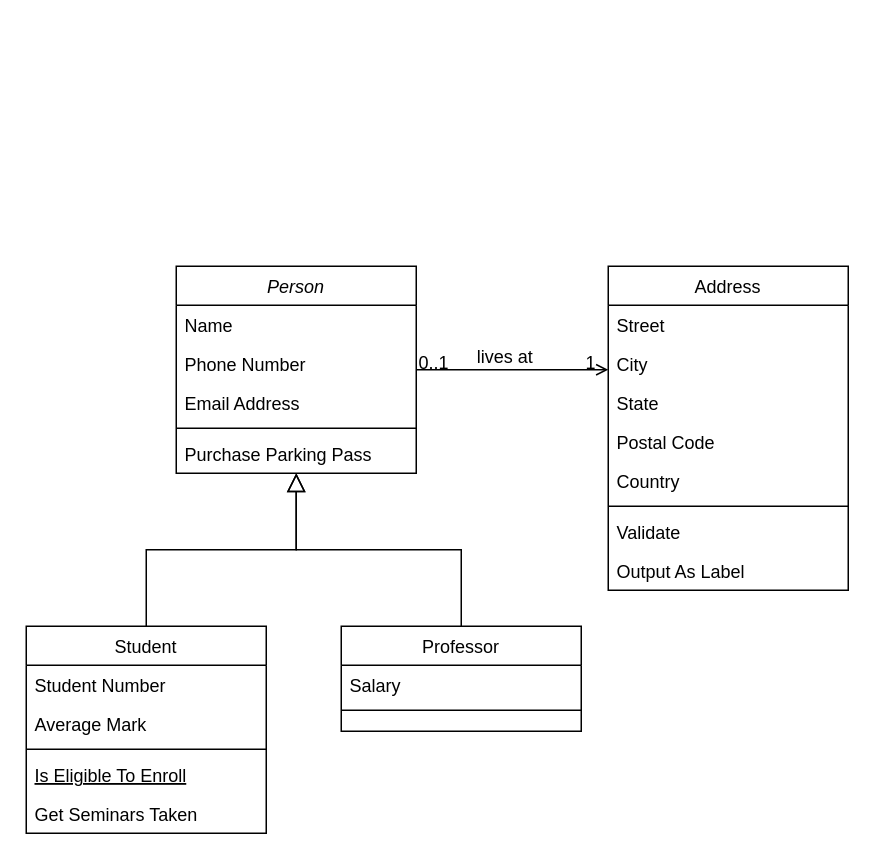
Earlier version of the draw.io diagram KLTN Class Diagram.drawio (dvtson2004/product-preview). Source tidied: cells renumbered, new cells numbered last; positions are measured from the earlier drawing's top-left corner, leaving out a move shared by most shapes. Both pictures are drawn from the tidied source at 150%, with x=0, y=0 at pixel (26, 266).
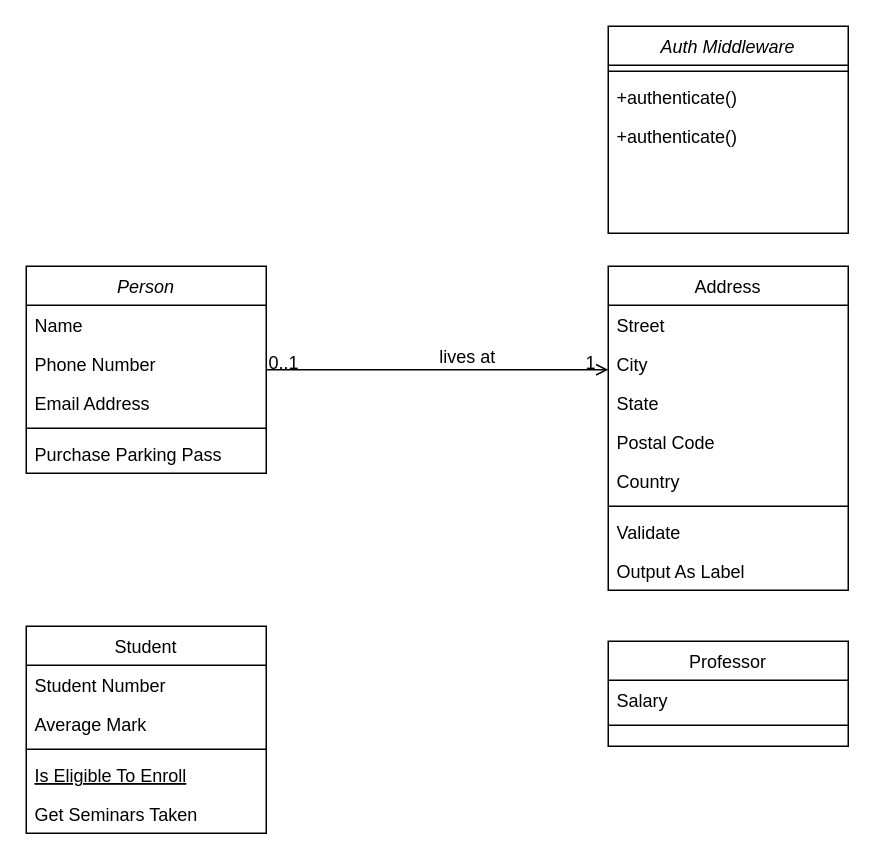
Above is the later version.

Unchanged cells that the change refers to:
```xml
<mxCell id="8" value="Student" style="swimlane;fontStyle=0;align=center;verticalAlign=top;horizontal=1;startSize=26;rounded=0;shadow=0;strokeWidth=1;" parent="1" vertex="1">
  <mxGeometry y="240" width="160" height="138" as="geometry" />
</mxCell>
```

Change to the diagram source:
```diff
@@
     <mxCell id="2" value="Person" style="swimlane;fontStyle=2;align=center;verticalAlign=top;horizontal=1;startSize=26;rounded=0;shadow=0;strokeWidth=1;" parent="1" vertex="1">
-      <mxGeometry x="100" width="160" height="138" as="geometry" />
+      <mxGeometry width="160" height="138" as="geometry" />
     </mxCell>
@@
-    <mxCell id="14" style="endArrow=block;endSize=10;endFill=0;shadow=0;strokeWidth=1;rounded=0;curved=0;edgeStyle=elbowEdgeStyle;elbow=vertical;" parent="1" edge="1" source="8" target="2">
-      <mxGeometry relative="1" as="geometry" />
-    </mxCell>
     <mxCell id="15" value="Professor" style="swimlane;fontStyle=0;align=center;verticalAlign=top;horizontal=1;startSize=26;rounded=0;shadow=0;strokeWidth=1;" parent="1" vertex="1">
-      <mxGeometry x="210" y="240" width="160" height="70" as="geometry" />
+      <mxGeometry x="388" y="250" width="160" height="70" as="geometry" />
     </mxCell>
@@
-    <mxCell id="18" style="endArrow=block;endSize=10;endFill=0;shadow=0;strokeWidth=1;rounded=0;curved=0;edgeStyle=elbowEdgeStyle;elbow=vertical;" parent="1" edge="1" source="15" target="2">
-      <mxGeometry relative="1" as="geometry" />
-    </mxCell>
@@
+    <mxCell id="32" value="Auth Middleware" style="swimlane;fontStyle=2;align=center;verticalAlign=top;horizontal=1;startSize=26;rounded=0;shadow=0;strokeWidth=1;" parent="1" vertex="1">
+      <mxGeometry x="388" y="-160" width="160" height="138" as="geometry" />
+    </mxCell>
+    <mxCell id="33" style="line;html=1;strokeWidth=1;align=left;verticalAlign=middle;spacingTop=-1;spacingLeft=3;spacingRight=3;labelPosition=right;" parent="32" vertex="1">
+      <mxGeometry y="26" width="160" height="8" as="geometry" />
+    </mxCell>
+    <mxCell id="34" value="+authenticate()" style="text;align=left;verticalAlign=top;spacingLeft=4;spacingRight=4;overflow=hidden;" parent="32" vertex="1">
+      <mxGeometry y="34" width="160" height="26" as="geometry" />
+    </mxCell>
+    <mxCell id="35" value="+authenticate()" style="text;align=left;verticalAlign=top;spacingLeft=4;spacingRight=4;overflow=hidden;" parent="32" vertex="1">
+      <mxGeometry y="60" width="160" height="26" as="geometry" />
+    </mxCell>
```
